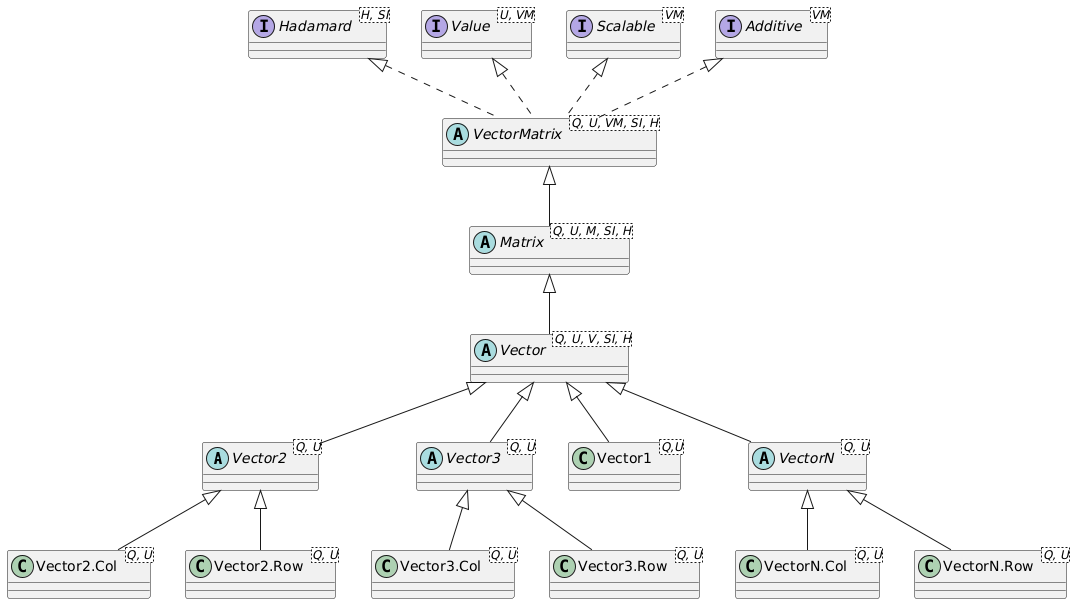
Earlier version of the PlantUML export docs/images/vector.png (averbraeck/djunits).
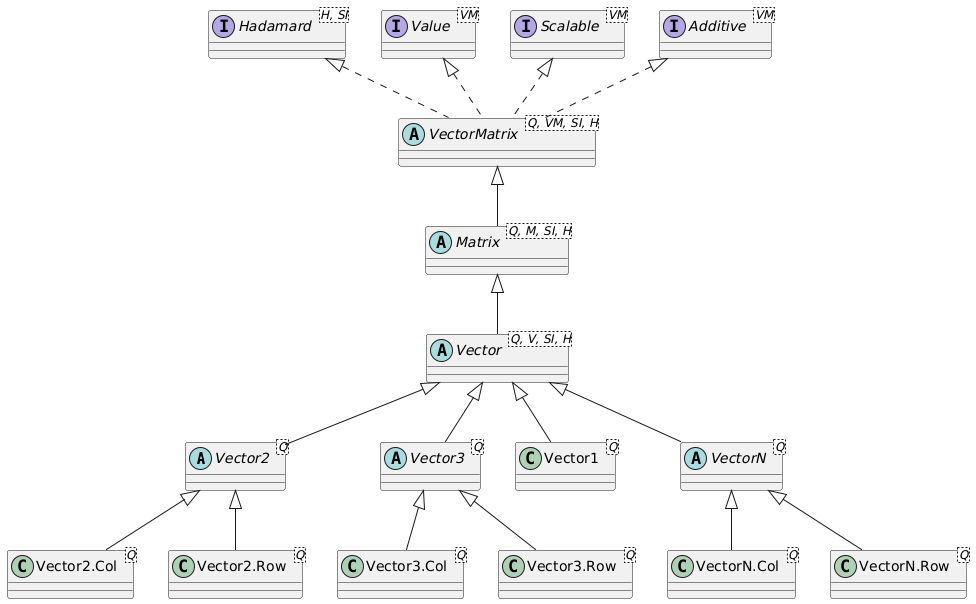
After the change.

Commit message:
Issue #127. Update class diagrams for <Q> instead of <Q, U>

The edit, as a diff of the source:
```diff
@@ -1,21 +1,21 @@
 @startuml
-abstract class Vector2<Q, U>
-abstract class Vector3<Q, U>
-class Vector1<Q,U>
-class "Vector2.Col<Q, U>" as V2Col
-class "Vector2.Row<Q, U>" as V2Row
-class "Vector3.Col<Q, U>" as V3Col
-class "Vector3.Row<Q, U>" as V3Row
-class "VectorN.Col<Q, U>" as VNCol
-class "VectorN.Row<Q, U>" as VNRow
-abstract class VectorN<Q, U>
+abstract class Vector2<Q>
+abstract class Vector3<Q>
+class Vector1<Q>
+class "Vector2.Col<Q>" as V2Col
+class "Vector2.Row<Q>" as V2Row
+class "Vector3.Col<Q>" as V3Col
+class "Vector3.Row<Q>" as V3Row
+class "VectorN.Col<Q>" as VNCol
+class "VectorN.Row<Q>" as VNRow
+abstract class VectorN<Q>
 
-abstract class VectorMatrix<Q, U, VM, SI, H>
-abstract class Matrix<Q, U, M, SI, H>
-abstract class Vector<Q, U, V, SI, H>
+abstract class VectorMatrix<Q, VM, SI, H>
+abstract class Matrix<Q, M, SI, H>
+abstract class Vector<Q, V, SI, H>
 
 interface Hadamard<H, SI>
-interface Value<U, VM>
+interface Value<VM>
 interface Scalable<VM>
 interface Additive<VM>
 
```
